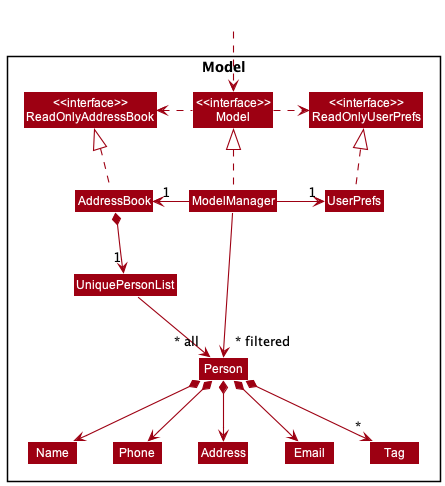
nus-cs2103-AY2223S1/tp keeps this PlantUML diagram as docs/images/ModelClassDiagram.png. Above is the earlier version. The source it was exported from:
```plantuml
@startuml
!include style.puml
skinparam arrowThickness 1.1
skinparam arrowColor MODEL_COLOR
skinparam classBackgroundColor MODEL_COLOR

Package Model <<Rectangle>>{
Class "<<interface>>\nReadOnlyAddressBook" as ReadOnlyAddressBook
Class "<<interface>>\nReadOnlyUserPrefs" as ReadOnlyUserPrefs
Class "<<interface>>\nModel" as Model
Class AddressBook
Class ModelManager
Class UserPrefs

Class UniquePersonList
Class Person
Class Address
Class Email
Class Name
Class Phone
Class Tag

}

Class HiddenOutside #FFFFFF
HiddenOutside ..> Model

AddressBook .up.|> ReadOnlyAddressBook

ModelManager .up.|> Model
Model .right.> ReadOnlyUserPrefs
Model .left.> ReadOnlyAddressBook
ModelManager -left-> "1" AddressBook
ModelManager -right-> "1" UserPrefs
UserPrefs .up.|> ReadOnlyUserPrefs

AddressBook *--> "1" UniquePersonList
UniquePersonList --> "~* all" Person
Person *--> Name
Person *--> Phone
Person *--> Email
Person *--> Address
Person *--> "*" Tag

Name -[hidden]right-> Phone
Phone -[hidden]right-> Address
Address -[hidden]right-> Email

ModelManager -->"~* filtered" Person
@enduml
```
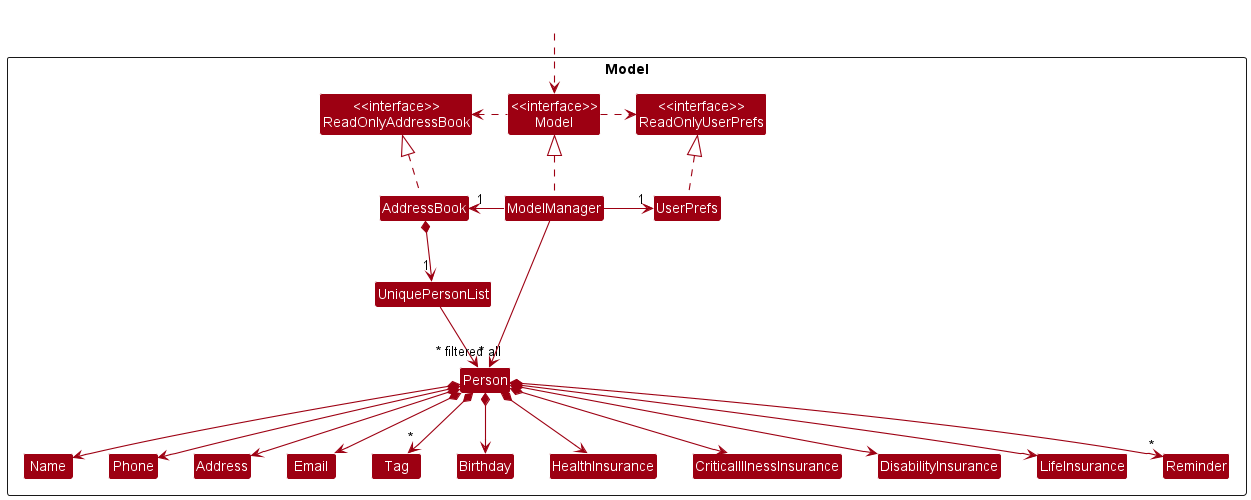
The same file after the commit.

Commit message:
Update Class Diagrams For Person and Storage

The edit, as a diff of the source:
```diff
@@ -19,7 +19,12 @@
 Class Name
 Class Phone
 Class Tag
-
+Class Birthday
+Class HealthInsurance
+Class CriticalIllnessInsurance
+Class DisabilityInsurance
+Class LifeInsurance
+Class Reminder
 }
 
 Class HiddenOutside #FFFFFF
@@ -41,6 +46,12 @@
 Person *--> Email
 Person *--> Address
 Person *--> "*" Tag
+Person *--> Birthday
+Person *--> HealthInsurance
+Person *--> LifeInsurance
+Person *--> CriticalIllnessInsurance
+Person *--> DisabilityInsurance
+Person *--> "*" Reminder
 
 Name -[hidden]right-> Phone
 Phone -[hidden]right-> Address
```
